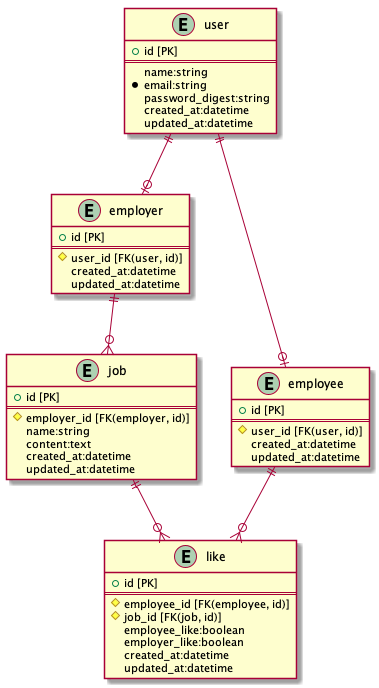
muryakami/Like-App keeps this PlantUML diagram as out/ER-diagram/prototype.png. Above is the earlier version. The source it was exported from:
```plantuml
@startuml prototype

entity "user" {
  + id [PK]
  ==
  name:string
  * email:string
  password_digest:string
  created_at:datetime
  updated_at:datetime
}

entity "employer" {
  + id [PK]
  ==
  # user_id [FK(user, id)]
  created_at:datetime
  updated_at:datetime
}

entity "job" {
  + id [PK]
  ==
  # employer_id [FK(employer, id)]
  name:string
  content:text
  created_at:datetime
  updated_at:datetime
}

entity "employee" {
  + id [PK]
  ==
  # user_id [FK(user, id)]
  created_at:datetime
  updated_at:datetime
}

entity "like" {
  + id [PK]
  ==
  # employee_id [FK(employee, id)]
  # job_id [FK(job, id)]
  employee_like:boolean
  employer_like:boolean
  created_at:datetime
  updated_at:datetime
}

user ||--o| employer
user ||--o| employee

employer ||--o{ job

job ||--o{ like
employee ||--o{ like

@enduml
```
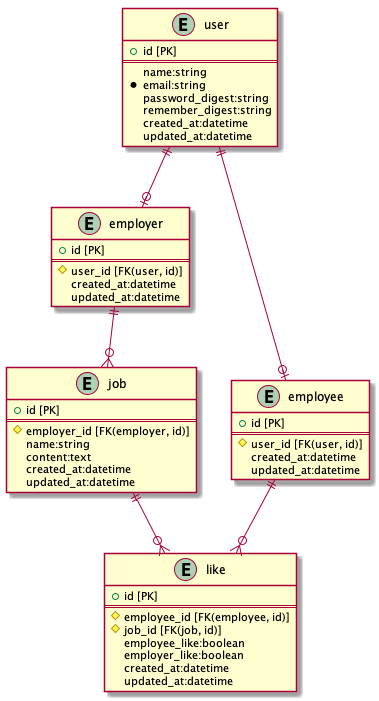
After the change.

The edit, as a diff of the source:
```diff
@@ -6,6 +6,7 @@
   name:string
   * email:string
   password_digest:string
+  remember_digest:string
   created_at:datetime
   updated_at:datetime
 }
```
